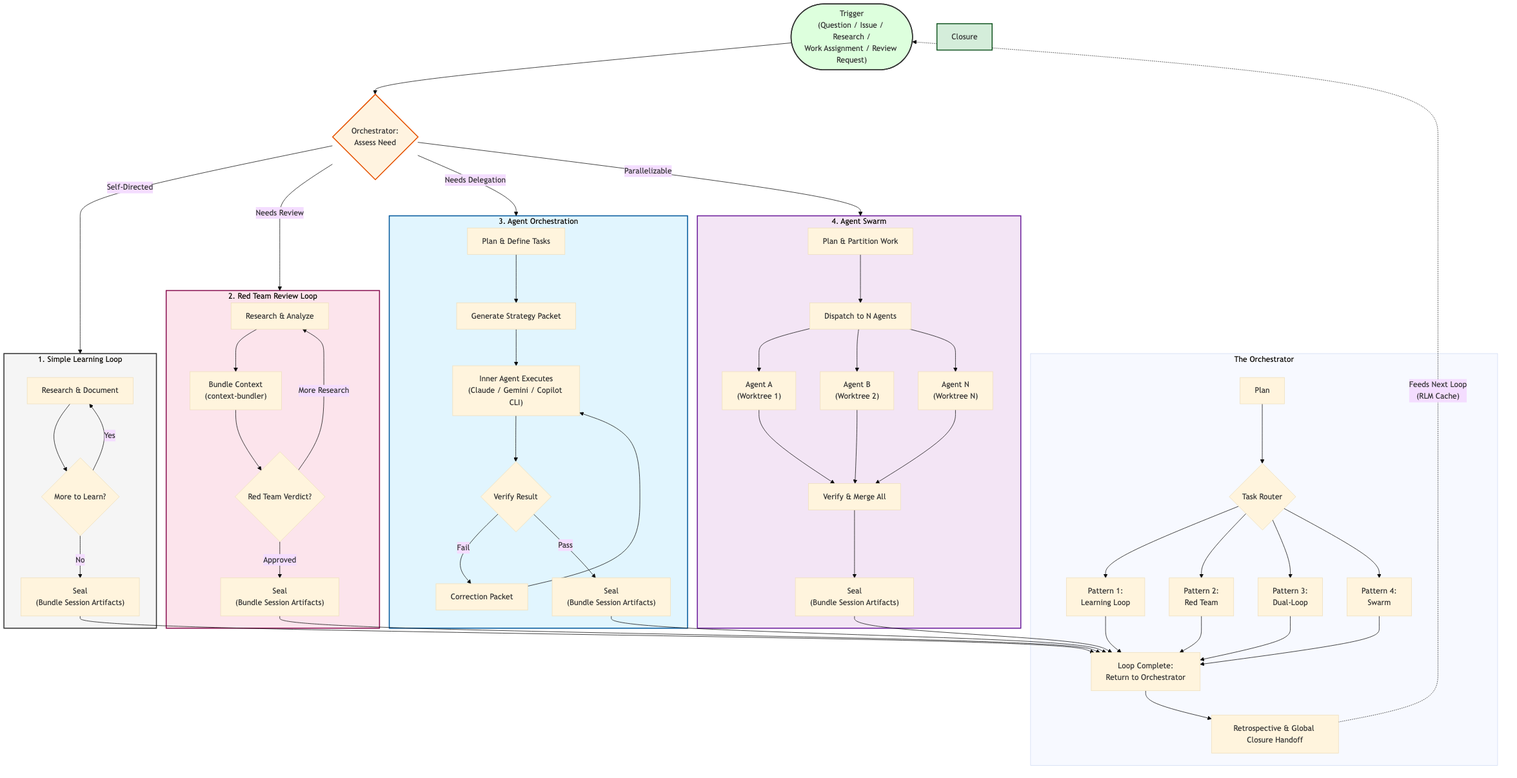
This is plugins/agent-loops/assets/diagrams/agent_loops_overview.png from richfrem/agent-plugins-skills, a Mermaid export, as it was before one commit. Its source is kept beside it as plugins/agent-loops/assets/diagrams/agent_loops_overview.mmd. The source it was exported from:
```mermaid
---
config:
  layout: dagre
  theme: base
---


flowchart TB
    Trigger(["Trigger<br>(Question / Issue / Research /<br>Work Assignment / Review Request)"])

    Trigger --> Assess{"Orchestrator:<br>Assess Need"}

    Assess -- "Self-Directed" --> SimpleLoop
    subgraph SimpleLoop ["1. Simple Learning Loop"]
        direction TB
        SL_Research["Research & Document"] --> SL_Iterate{"More to Learn?"}
        SL_Iterate -- Yes --> SL_Research
        SL_Iterate -- No --> SL_Seal["Seal<br>(Bundle Session Artifacts)"]
    end

    Assess -- "Needs Review" --> RedTeam
    subgraph RedTeam ["2. Red Team Review Loop"]
        direction TB
        RT_Research["Research & Analyze"] --> RT_Bundle["Bundle Context<br>(context-bundler)"]
        RT_Bundle --> RT_Review{"Red Team Verdict?"}
        RT_Review -- "More Research" --> RT_Research
        RT_Review -- "Approved" --> RT_Seal["Seal<br>(Bundle Session Artifacts)"]
    end

    Assess -- "Needs Delegation" --> AgentOrch
    subgraph AgentOrch ["3. Agent Orchestration"]
        direction TB
        AO_Plan["Plan & Define Tasks"] --> AO_Packet["Generate Strategy Packet"]
        AO_Packet --> AO_Inner["Inner Agent Executes<br>(Claude / Gemini / Copilot CLI)"]
        AO_Inner --> AO_Verify{"Verify Result"}
        AO_Verify -- Fail --> AO_Correct["Correction Packet"] --> AO_Inner
        AO_Verify -- Pass --> AO_Seal["Seal<br>(Bundle Session Artifacts)"]
    end

    Assess -- "Parallelizable" --> Swarm
    subgraph Swarm ["4. Agent Swarm"]
        direction TB
        SW_Plan["Plan & Partition Work"] --> SW_Dispatch["Dispatch to N Agents"]
        SW_Dispatch --> SW_A["Agent A<br>(Worktree 1)"]
        SW_Dispatch --> SW_B["Agent B<br>(Worktree 2)"]
        SW_Dispatch --> SW_N["Agent N<br>(Worktree N)"]
        SW_A --> SW_Merge["Verify & Merge All"]
        SW_B --> SW_Merge
        SW_N --> SW_Merge
        SW_Merge --> SW_Seal["Seal<br>(Bundle Session Artifacts)"]
    end

    subgraph Orchestrator [The Orchestrator]
        direction TB
        Plan --> Route{Task Router}
        Route --> Pat1[Pattern 1:<br>Learning Loop]
        Route --> Pat2[Pattern 2:<br>Red Team]
        Route --> Pat3[Pattern 3:<br>Dual-Loop]
        Route --> Pat4[Pattern 4:<br>Swarm]

        Pat1 & Pat2 & Pat3 & Pat4 --> Handoff[Loop Complete:<br>Return to Orchestrator]
        Handoff --> Retro[Retrospective & Global Closure Handoff]
    end

    SL_Seal --> Handoff
    RT_Seal --> Handoff
    AO_Seal --> Handoff
    SW_Seal --> Handoff

    Retro -.->|"Feeds Next Loop<br>(Loop Learnings)"| Trigger

    style Trigger fill:#dfd,stroke:#333,stroke-width:2px
    style Assess fill:#fff3e0,stroke:#e65100,stroke-width:2px
    style SimpleLoop fill:#f5f5f5,stroke:#333,stroke-width:2px
    style RedTeam fill:#fce4ec,stroke:#880e4f,stroke-width:2px
    style AgentOrch fill:#e1f5fe,stroke:#01579b,stroke-width:2px
    style Swarm fill:#f3e5f5,stroke:#6a1b9a,stroke-width:2px
    style Closure fill:#d4edda,stroke:#155724,stroke-width:2px
```
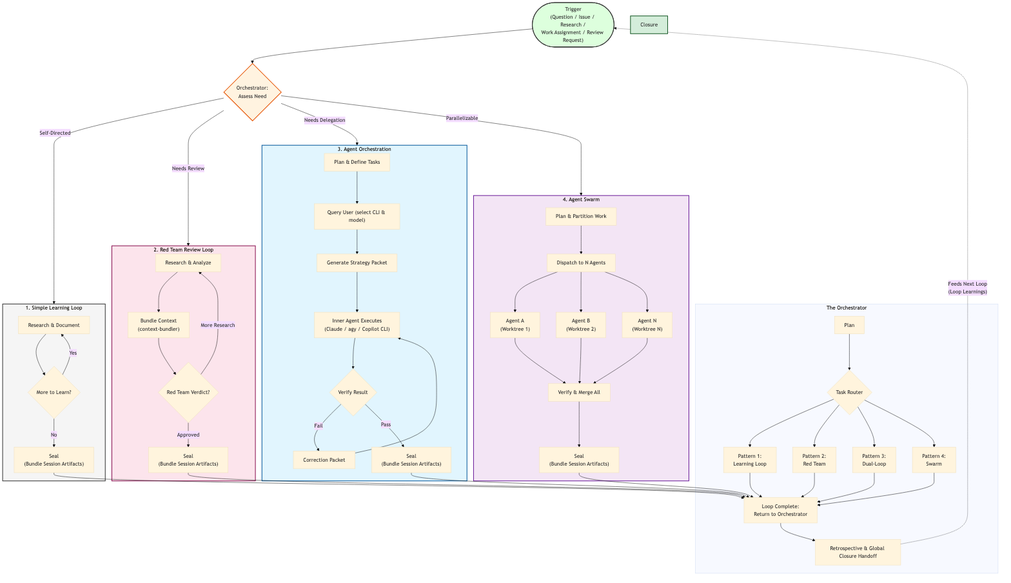
The same diagram one commit later.

The edit, as a diff of the source:
```diff
@@ -30,8 +30,9 @@
     Assess -- "Needs Delegation" --> AgentOrch
     subgraph AgentOrch ["3. Agent Orchestration"]
         direction TB
-        AO_Plan["Plan & Define Tasks"] --> AO_Packet["Generate Strategy Packet"]
-        AO_Packet --> AO_Inner["Inner Agent Executes<br>(Claude / Gemini / Copilot CLI)"]
+        AO_Plan["Plan & Define Tasks"] --> AO_Query["Query User (select CLI & model)"]
+        AO_Query --> AO_Packet["Generate Strategy Packet"]
+        AO_Packet --> AO_Inner["Inner Agent Executes<br>(Claude / agy / Copilot CLI)"]
         AO_Inner --> AO_Verify{"Verify Result"}
         AO_Verify -- Fail --> AO_Correct["Correction Packet"] --> AO_Inner
         AO_Verify -- Pass --> AO_Seal["Seal<br>(Bundle Session Artifacts)"]
```
